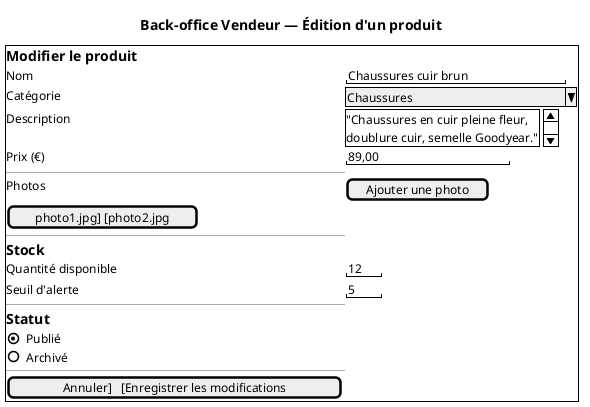
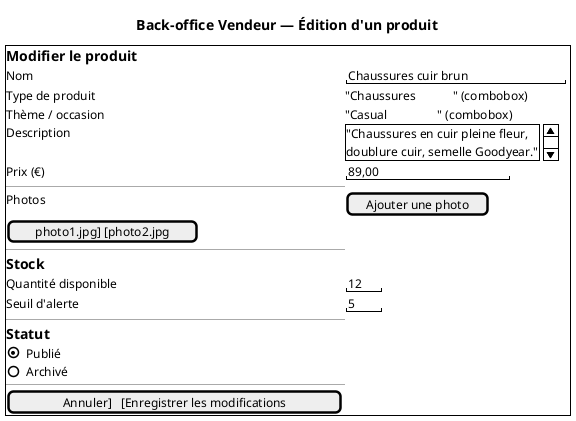
@startsalt
' Composant PA : front-vendeur (Back-office Vendeur)
' Fonctions allouées : Service Catalogue — FS-V02 (CRUD), FS-V03 (stock — fusion Produit/Stock)
' Statut « Archivé » retire le produit du catalogue acheteur sans le supprimer
title Back-office Vendeur — Édition d'un produit

{+
  == Modifier le produit
-   Nom            | "Chaussures cuir brun       "
-   Catégorie      | ^Chaussures                 ^
-   Description    | {SI
+   Nom              | "Chaussures cuir brun       "
+   Type de produit  | "Chaussures            " (combobox)
+   Thème / occasion | "Casual                " (combobox)
+   Description      | {SI
                     "Chaussures en cuir pleine fleur,
                      doublure cuir, semelle Goodyear."
                   }
  Prix (€)       | "89,00               "
  --
  Photos         | [Ajouter une photo]
                   [photo1.jpg] [photo2.jpg]
  --
  == Stock
  Quantité disponible | "12  "
  Seuil d'alerte      | "5   "
  --
  == Statut
  (X) Publié
  ( ) Archivé
  --
  [Annuler]   [Enregistrer les modifications]
}
@endsalt
